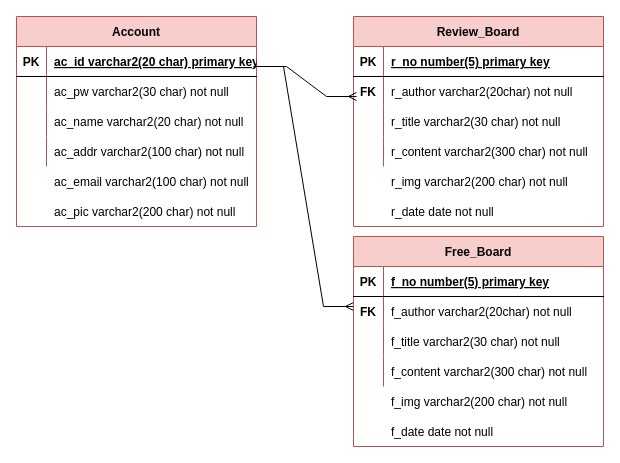
RevTK/final-project-trip-guidance-canceled. keeps this draw.io diagram as final_proj.drawio. Above is the earlier version. Source tidied: cells renumbered, new cells numbered last; positions are measured from the earlier drawing's top-left corner, leaving out a move shared by most shapes. Both pictures are drawn from the tidied source at 100%, with x=0, y=0 at pixel (16, 16).
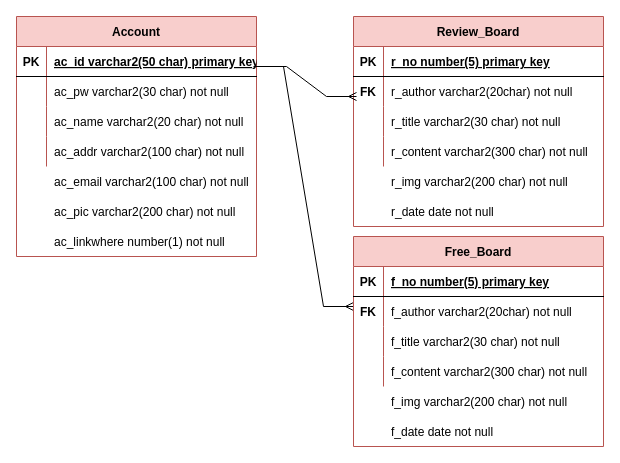
After the change.

The change refers to these unchanged cells:
```xml
<mxCell id="3" style="shape=tableRow;horizontal=0;startSize=0;swimlaneHead=0;swimlaneBody=0;fillColor=none;top=0;left=0;right=0;bottom=1;" parent="2" vertex="1">
  <mxGeometry y="30" width="240" height="30" as="geometry" />
</mxCell>
```

Diff of the diagram source:
```diff
@@
     <mxCell id="2" value="Account" style="shape=table;startSize=30;childLayout=tableLayout;rowLines=0;fontStyle=1;align=center;fillColor=#f8cecc;strokeColor=#b85450;" parent="1" vertex="1">
-      <mxGeometry width="240" height="210" as="geometry" />
+      <mxGeometry width="240" height="240" as="geometry" />
     </mxCell>
@@
-    <mxCell id="5" value="ac_id varchar2(20 char) primary key" style="shape=partialRectangle;fillColor=none;top=0;left=0;bottom=0;right=0;align=left;spacingLeft=6;fontStyle=5;overflow=hidden;" parent="3" vertex="1">
+    <mxCell id="5" value="ac_id varchar2(50 char) primary key" style="shape=partialRectangle;fillColor=none;top=0;left=0;bottom=0;right=0;align=left;spacingLeft=6;fontStyle=5;overflow=hidden;" parent="3" vertex="1">
       <mxGeometry x="30" width="210" height="30" as="geometry" />
     </mxCell>
@@
+    <mxCell id="51" value="ac_linkwhere number(1) not null" style="shape=partialRectangle;fillColor=none;top=0;left=0;bottom=0;right=0;align=left;spacingLeft=6;overflow=hidden;" parent="1" vertex="1">
+      <mxGeometry x="30" y="210" width="210" height="30" as="geometry" />
+    </mxCell>
```
